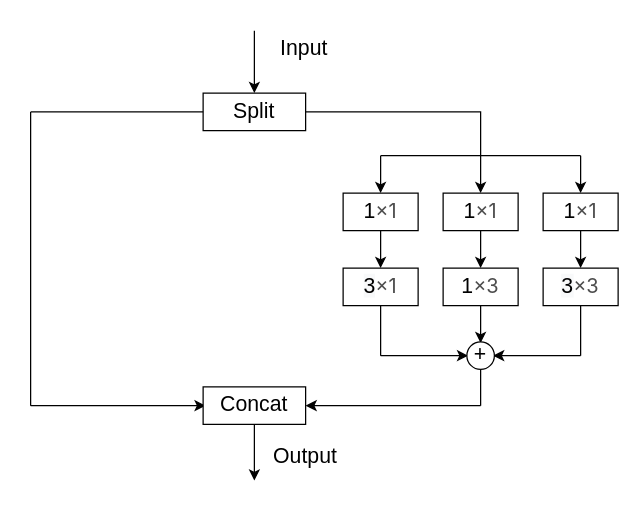
Before: 裂缝的多视角融合块.drawio in Dshdarkness/Timporal_is_all_U_need, a draw.io diagram. Source tidied: cells renumbered, new cells numbered last; positions are measured from the earlier drawing's top-left corner, leaving out a move shared by most shapes. Both pictures are drawn from the tidied source at 125%, with x=0, y=0 at pixel (30, 30).
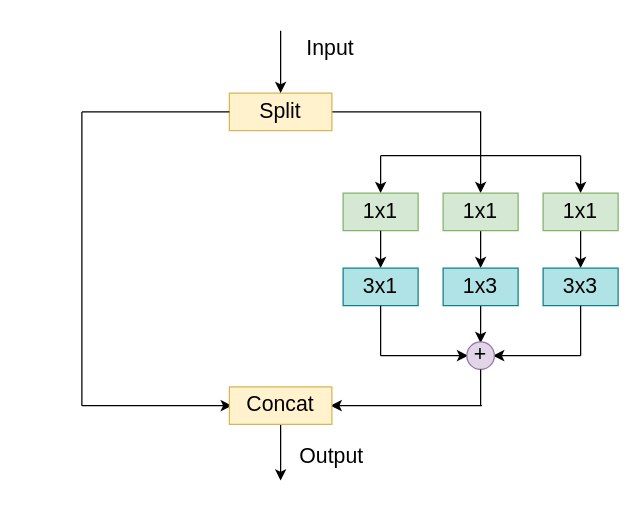
After the change.

Commit message (it also covers changes not shown here):
更新裂缝的多视角融合块.drawio

The edit, as a diff of the source:
```diff
@@
-    <mxCell id="2" style="edgeStyle=orthogonalEdgeStyle;rounded=0;jettySize=auto;html=1;exitX=1;exitY=0.5;exitDx=0;exitDy=0;fontSize=17;" parent="1" edge="1" source="3">
+    <mxCell id="2" style="edgeStyle=orthogonalEdgeStyle;rounded=0;orthogonalLoop=1;jettySize=auto;html=1;exitX=1;exitY=0.5;exitDx=0;exitDy=0;fontSize=17;" parent="1" edge="1">
       <mxGeometry relative="1" as="geometry">
+        <mxPoint x="220" y="65" as="sourcePoint" />
         <mxPoint x="360" y="130" as="targetPoint" />
         <Array as="points">
           <mxPoint x="360" y="65" />
         </Array>
       </mxGeometry>
     </mxCell>
-    <mxCell id="3" value="&lt;font style=&quot;font-size: 17px;&quot;&gt;Split&lt;/font&gt;" style="rounded=0;whiteSpace=wrap;html=1;" parent="1" vertex="1">
-      <mxGeometry x="138" y="50" width="82" height="30" as="geometry" />
+    <mxCell id="3" value="&lt;font style=&quot;font-size: 17px;&quot;&gt;Split&lt;/font&gt;" style="rounded=0;whiteSpace=wrap;html=1;fillColor=#fff2cc;strokeColor=#d6b656;" parent="1" vertex="1">
+      <mxGeometry x="159" y="50" width="82" height="30" as="geometry" />
     </mxCell>
@@
-    <mxCell id="8" value="1&lt;span style=&quot;color: rgb(77, 77, 77); font-family: &amp;quot;Microsoft YaHei&amp;quot;, &amp;quot;SF Pro Display&amp;quot;, Roboto, Noto, Arial, &amp;quot;PingFang SC&amp;quot;, sans-serif; font-size: 16px; text-align: left; background-color: rgb(255, 255, 255);&quot;&gt;×1&lt;/span&gt;" style="rounded=0;whiteSpace=wrap;html=1;fontSize=17;" parent="1" vertex="1">
+    <mxCell id="8" value="&lt;div style=&quot;text-align: left;&quot;&gt;1x1&lt;/div&gt;" style="rounded=0;whiteSpace=wrap;html=1;fontSize=17;fillColor=#d5e8d4;strokeColor=#82b366;" parent="1" vertex="1">
       <mxGeometry x="250" y="130" width="60" height="30" as="geometry" />
     </mxCell>
@@
-    <mxCell id="10" value="1&lt;span style=&quot;color: rgb(77, 77, 77); font-family: &amp;quot;Microsoft YaHei&amp;quot;, &amp;quot;SF Pro Display&amp;quot;, Roboto, Noto, Arial, &amp;quot;PingFang SC&amp;quot;, sans-serif; font-size: 16px; text-align: left; background-color: rgb(255, 255, 255);&quot;&gt;×1&lt;/span&gt;" style="rounded=0;whiteSpace=wrap;html=1;fontSize=17;" parent="1" vertex="1">
+    <mxCell id="10" value="1x1" style="rounded=0;whiteSpace=wrap;html=1;fontSize=17;fillColor=#d5e8d4;strokeColor=#82b366;" parent="1" vertex="1">
       <mxGeometry x="330" y="130" width="60" height="30" as="geometry" />
     </mxCell>
@@
-    <mxCell id="12" value="1&lt;span style=&quot;color: rgb(77, 77, 77); font-family: &amp;quot;Microsoft YaHei&amp;quot;, &amp;quot;SF Pro Display&amp;quot;, Roboto, Noto, Arial, &amp;quot;PingFang SC&amp;quot;, sans-serif; font-size: 16px; text-align: left; background-color: rgb(255, 255, 255);&quot;&gt;×1&lt;/span&gt;" style="rounded=0;whiteSpace=wrap;html=1;fontSize=17;" parent="1" vertex="1">
+    <mxCell id="12" value="1x1" style="rounded=0;whiteSpace=wrap;html=1;fontSize=17;fillColor=#d5e8d4;strokeColor=#82b366;" parent="1" vertex="1">
       <mxGeometry x="410" y="130" width="60" height="30" as="geometry" />
     </mxCell>
@@
-    <mxCell id="14" value="&lt;div style=&quot;text-align: center;&quot;&gt;&lt;span style=&quot;text-align: left; background-color: rgb(248, 249, 250);&quot;&gt;3&lt;/span&gt;&lt;span style=&quot;background-color: rgb(255, 255, 255); color: rgb(77, 77, 77); font-family: &amp;quot;Microsoft YaHei&amp;quot;, &amp;quot;SF Pro Display&amp;quot;, Roboto, Noto, Arial, &amp;quot;PingFang SC&amp;quot;, sans-serif; font-size: 16px; text-align: left;&quot;&gt;×1&lt;/span&gt;&lt;/div&gt;" style="rounded=0;whiteSpace=wrap;html=1;fontSize=17;" parent="1" vertex="1">
+    <mxCell id="14" value="&lt;div style=&quot;text-align: left;&quot;&gt;3x1&lt;/div&gt;" style="rounded=0;whiteSpace=wrap;html=1;fontSize=17;fillColor=#b0e3e6;strokeColor=#0e8088;" parent="1" vertex="1">
       <mxGeometry x="250" y="190" width="60" height="30" as="geometry" />
     </mxCell>
@@
-    <mxCell id="16" value="1&lt;span style=&quot;color: rgb(77, 77, 77); font-family: &amp;quot;Microsoft YaHei&amp;quot;, &amp;quot;SF Pro Display&amp;quot;, Roboto, Noto, Arial, &amp;quot;PingFang SC&amp;quot;, sans-serif; font-size: 16px; text-align: left; background-color: rgb(255, 255, 255);&quot;&gt;×3&lt;/span&gt;" style="rounded=0;whiteSpace=wrap;html=1;fontSize=17;" parent="1" vertex="1">
+    <mxCell id="16" value="1x3" style="rounded=0;whiteSpace=wrap;html=1;fontSize=17;fillColor=#b0e3e6;strokeColor=#0e8088;" parent="1" vertex="1">
       <mxGeometry x="330" y="190" width="60" height="30" as="geometry" />
     </mxCell>
-    <mxCell id="17" value="&lt;div style=&quot;text-align: center;&quot;&gt;&lt;span style=&quot;text-align: left; background-color: rgb(248, 249, 250);&quot;&gt;3&lt;/span&gt;&lt;span style=&quot;background-color: rgb(255, 255, 255); color: rgb(77, 77, 77); font-family: &amp;quot;Microsoft YaHei&amp;quot;, &amp;quot;SF Pro Display&amp;quot;, Roboto, Noto, Arial, &amp;quot;PingFang SC&amp;quot;, sans-serif; font-size: 16px; text-align: left;&quot;&gt;×3&lt;/span&gt;&lt;/div&gt;" style="rounded=0;whiteSpace=wrap;html=1;fontSize=17;" parent="1" vertex="1">
+    <mxCell id="17" value="&lt;div style=&quot;text-align: left;&quot;&gt;3x3&lt;/div&gt;" style="rounded=0;whiteSpace=wrap;html=1;fontSize=17;fillColor=#b0e3e6;strokeColor=#0e8088;" parent="1" vertex="1">
       <mxGeometry x="410" y="190" width="60" height="30" as="geometry" />
     </mxCell>
@@
-    <mxCell id="22" value="+" style="ellipse;whiteSpace=wrap;html=1;fontSize=17;" parent="1" vertex="1">
+    <mxCell id="22" value="+" style="ellipse;whiteSpace=wrap;html=1;fontSize=17;fillColor=#e1d5e7;strokeColor=#9673a6;" parent="1" vertex="1">
       <mxGeometry x="349" y="249" width="22" height="22" as="geometry" />
     </mxCell>
@@
     <mxCell id="24" style="endArrow=none;html=1;rounded=0;fontSize=13;entryX=0;entryY=0.5;entryDx=0;entryDy=0;" parent="1" edge="1" target="3">
       <mxGeometry relative="1" as="geometry">
-        <mxPoint y="65" as="sourcePoint" />
+        <mxPoint x="41" y="65" as="sourcePoint" />
       </mxGeometry>
     </mxCell>
     <mxCell id="25" style="endArrow=none;html=1;rounded=0;fontSize=13;" parent="1" edge="1">
       <mxGeometry relative="1" as="geometry">
-        <mxPoint y="300" as="sourcePoint" />
-        <mxPoint y="65" as="targetPoint" />
+        <mxPoint x="41" y="300" as="sourcePoint" />
+        <mxPoint x="41" y="65" as="targetPoint" />
       </mxGeometry>
     </mxCell>
     <mxCell id="26" style="endArrow=classic;html=1;rounded=0;fontSize=13;" parent="1" edge="1">
       <mxGeometry relative="1" as="geometry">
-        <mxPoint y="300" as="sourcePoint" />
-        <mxPoint x="140" y="300" as="targetPoint" />
+        <mxPoint x="41" y="300" as="sourcePoint" />
+        <mxPoint x="161" y="300" as="targetPoint" />
       </mxGeometry>
     </mxCell>
     <mxCell id="27" style="endArrow=classic;html=1;rounded=0;fontSize=13;" parent="1" edge="1">
       <mxGeometry relative="1" as="geometry">
-        <mxPoint x="360" y="300" as="sourcePoint" />
-        <mxPoint x="220" y="300" as="targetPoint" />
+        <mxPoint x="361" y="300" as="sourcePoint" />
+        <mxPoint x="240" y="300" as="targetPoint" />
       </mxGeometry>
     </mxCell>
     <mxCell id="28" style="edgeStyle=orthogonalEdgeStyle;rounded=0;jettySize=auto;html=1;exitX=0.5;exitY=1;exitDx=0;exitDy=0;fontSize=17;" parent="1" edge="1" source="29">
       <mxGeometry relative="1" as="geometry">
-        <mxPoint x="179" y="360" as="targetPoint" />
+        <mxPoint x="200" y="360" as="targetPoint" />
       </mxGeometry>
     </mxCell>
-    <mxCell id="29" value="&lt;span style=&quot;font-size: 17px;&quot;&gt;Concat&lt;/span&gt;" style="rounded=0;whiteSpace=wrap;html=1;" parent="1" vertex="1">
-      <mxGeometry x="138" y="285" width="82" height="30" as="geometry" />
+    <mxCell id="29" value="&lt;span style=&quot;font-size: 17px;&quot;&gt;Concat&lt;/span&gt;" style="rounded=0;whiteSpace=wrap;html=1;fillColor=#fff2cc;strokeColor=#d6b656;" parent="1" vertex="1">
+      <mxGeometry x="159" y="285" width="82" height="30" as="geometry" />
     </mxCell>
     <mxCell id="30" style="endArrow=classic;html=1;rounded=0;fontSize=13;entryX=0.5;entryY=0;entryDx=0;entryDy=0;" parent="1" edge="1" target="3">
       <mxGeometry relative="1" as="geometry">
-        <mxPoint x="179" as="sourcePoint" />
+        <mxPoint x="200" as="sourcePoint" />
       </mxGeometry>
     </mxCell>
     <mxCell id="31" value="&lt;font style=&quot;font-size: 17px;&quot;&gt;Input&lt;/font&gt;" style="text;html=1;strokeColor=none;fillColor=none;align=center;verticalAlign=middle;whiteSpace=wrap;rounded=0;fontSize=13;" parent="1" vertex="1">
-      <mxGeometry x="189" width="60" height="30" as="geometry" />
+      <mxGeometry x="210" width="60" height="30" as="geometry" />
     </mxCell>
     <mxCell id="32" value="&lt;span style=&quot;font-size: 17px;&quot;&gt;Output&lt;/span&gt;" style="text;html=1;strokeColor=none;fillColor=none;align=center;verticalAlign=middle;whiteSpace=wrap;rounded=0;fontSize=13;" parent="1" vertex="1">
-      <mxGeometry x="190" y="326" width="60" height="30" as="geometry" />
+      <mxGeometry x="211" y="326" width="60" height="30" as="geometry" />
     </mxCell>
```
